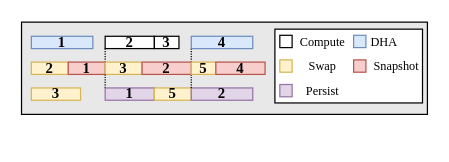
Above: fig/pipeline3.drawio in icszhr/NCheck (draw.io), before the change. Source tidied: cells renumbered, new cells numbered last; positions are measured from the earlier drawing's top-left corner, leaving out a move shared by most shapes. Both pictures are drawn from the tidied source at 123%, with x=0, y=0 at pixel (21, 21).
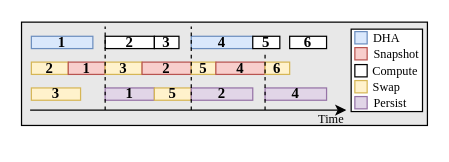
The same page after the edit.

The change refers to these unchanged cells:
```xml
<mxCell id="5" value="2" style="whiteSpace=wrap;fontSize=12;fontFamily=Times New Roman;fontStyle=1;" parent="1" vertex="1">
  <mxGeometry x="68" y="12" width="40" height="10" as="geometry" />
</mxCell>
<mxCell id="7" value="4" style="whiteSpace=wrap;fillColor=#dae8fc;fontSize=12;fontFamily=Times New Roman;fontStyle=1;strokeColor=#6c8ebf;" parent="1" vertex="1">
  <mxGeometry x="138" y="12" width="50" height="10" as="geometry" />
</mxCell>
<mxCell id="10" value="1" style="whiteSpace=wrap;fillColor=#f8cecc;fontSize=12;fontFamily=Times New Roman;fontStyle=1;strokeColor=#b85450;" parent="1" vertex="1">
  <mxGeometry x="38" y="33" width="30" height="10" as="geometry" />
</mxCell>
<mxCell id="19" value="3" style="whiteSpace=wrap;fillColor=#fff2cc;fontSize=12;fontFamily=Times New Roman;fontStyle=1;strokeColor=#d6b656;" parent="1" vertex="1">
  <mxGeometry x="68" y="33" width="30" height="10" as="geometry" />
</mxCell>
<mxCell id="21" value="1" style="whiteSpace=wrap;fillColor=#e1d5e7;fontSize=12;fontFamily=Times New Roman;fontStyle=1;strokeColor=#9673a6;" parent="1" vertex="1">
  <mxGeometry x="68" y="54" width="40" height="10" as="geometry" />
</mxCell>
<mxCell id="28" value="2" style="whiteSpace=wrap;fillColor=#e1d5e7;fontSize=12;fontFamily=Times New Roman;fontStyle=1;strokeColor=#9673a6;" parent="1" vertex="1">
  <mxGeometry x="138" y="54" width="50" height="10" as="geometry" />
</mxCell>
<mxCell id="30" value="5" style="whiteSpace=wrap;fillColor=#fff2cc;fontSize=12;fontFamily=Times New Roman;fontStyle=1;strokeColor=#d6b656;" parent="1" vertex="1">
  <mxGeometry x="138" y="33" width="20" height="10" as="geometry" />
</mxCell>
```

What changed in the source:
```diff
@@
     <mxCell id="2" style="rounded=0;whiteSpace=wrap;html=1;fontFamily=Times New Roman;fillColor=#E8E8E8;" parent="1" vertex="1">
-      <mxGeometry y="0.5" width="330" height="75" as="geometry" />
+      <mxGeometry y="0.5" width="330" height="84" as="geometry" />
     </mxCell>
     <mxCell id="3" style="rounded=0;whiteSpace=wrap;html=1;" parent="1" vertex="1">
-      <mxGeometry x="206" y="6.2" width="120" height="60" as="geometry" />
+      <mxGeometry x="268" y="6.2" width="58" height="67" as="geometry" />
     </mxCell>
@@
-    <mxCell id="6" style="edgeStyle=orthogonalEdgeStyle;rounded=0;jettySize=auto;exitX=0;exitY=1;exitDx=0;exitDy=0;entryX=0;entryY=0;entryDx=0;entryDy=0;dashed=1;endArrow=none;endFill=0;fontFamily=Times New Roman;dashPattern=1 1;fontSize=12;fontStyle=1;" parent="1" edge="1" source="7" target="30">
-      <mxGeometry relative="1" as="geometry" />
-    </mxCell>
@@
-    <mxCell id="9" style="edgeStyle=orthogonalEdgeStyle;rounded=0;jettySize=auto;exitX=1;exitY=0;exitDx=0;exitDy=0;entryX=0;entryY=1;entryDx=0;entryDy=0;endArrow=none;endFill=0;dashed=1;fontFamily=Times New Roman;dashPattern=1 1;fontSize=12;fontStyle=1;" parent="1" edge="1" source="10" target="5">
-      <mxGeometry relative="1" as="geometry" />
-    </mxCell>
@@
-    <mxCell id="11" style="whiteSpace=wrap;html=1;fontFamily=Times New Roman;" parent="1" vertex="1">
-      <mxGeometry x="210" y="11.2" width="10" height="10" as="geometry" />
-    </mxCell>
     <mxCell id="12" style="whiteSpace=wrap;html=1;fillColor=#f8cecc;fontFamily=Times New Roman;strokeColor=#b85450;" parent="1" vertex="1">
-      <mxGeometry x="270" y="31.2" width="10" height="10" as="geometry" />
+      <mxGeometry x="271" y="21.2" width="10" height="10" as="geometry" />
     </mxCell>
-    <mxCell id="13" style="whiteSpace=wrap;html=1;fillColor=#fff2cc;fontFamily=Times New Roman;strokeColor=#d6b656;" parent="1" vertex="1">
-      <mxGeometry x="210" y="31.2" width="10" height="10" as="geometry" />
-    </mxCell>
-    <mxCell id="14" style="whiteSpace=wrap;html=1;fillColor=#e1d5e7;fontFamily=Times New Roman;strokeColor=#9673a6;" parent="1" vertex="1">
-      <mxGeometry x="210" y="51.2" width="10" height="10" as="geometry" />
-    </mxCell>
-    <mxCell id="15" value="&lt;font style=&quot;font-size: 10px;&quot;&gt;Compute&lt;/font&gt;" style="text;html=1;align=center;verticalAlign=middle;whiteSpace=wrap;rounded=0;fontFamily=Times New Roman;" parent="1" vertex="1">
-      <mxGeometry x="220" y="11.2" width="50" height="10" as="geometry" />
-    </mxCell>
-    <mxCell id="16" value="&lt;font style=&quot;font-size: 10px;&quot;&gt;Swap&lt;/font&gt;" style="text;html=1;align=center;verticalAlign=middle;whiteSpace=wrap;rounded=0;fontFamily=Times New Roman;" parent="1" vertex="1">
-      <mxGeometry x="220" y="31.2" width="50" height="10" as="geometry" />
-    </mxCell>
     <mxCell id="17" value="&lt;span style=&quot;font-size: 10px;&quot;&gt;Snapshot&lt;/span&gt;" style="text;html=1;align=center;verticalAlign=middle;whiteSpace=wrap;rounded=0;fontFamily=Times New Roman;" parent="1" vertex="1">
-      <mxGeometry x="280" y="31.2" width="50" height="10" as="geometry" />
+      <mxGeometry x="285" y="21.2" width="40" height="10" as="geometry" />
     </mxCell>
-    <mxCell id="18" value="&lt;font style=&quot;font-size: 10px;&quot;&gt;Persist&lt;/font&gt;" style="text;html=1;align=center;verticalAlign=middle;whiteSpace=wrap;rounded=0;fontFamily=Times New Roman;" parent="1" vertex="1">
-      <mxGeometry x="220" y="51.2" width="50" height="10" as="geometry" />
-    </mxCell>
@@
-    <mxCell id="20" style="edgeStyle=orthogonalEdgeStyle;rounded=0;jettySize=auto;exitX=0;exitY=0;exitDx=0;exitDy=0;entryX=0;entryY=1;entryDx=0;entryDy=0;endArrow=none;endFill=0;dashed=1;fontFamily=Times New Roman;dashPattern=1 1;fontSize=12;fontStyle=1;" parent="1" edge="1" source="21" target="19">
-      <mxGeometry relative="1" as="geometry" />
-    </mxCell>
@@
     <mxCell id="24" style="whiteSpace=wrap;html=1;fillColor=#dae8fc;strokeColor=#6c8ebf;fontFamily=Times New Roman;" parent="1" vertex="1">
-      <mxGeometry x="270" y="11.2" width="10" height="10" as="geometry" />
+      <mxGeometry x="271" y="8.2" width="10" height="10" as="geometry" />
     </mxCell>
     <mxCell id="25" value="&lt;font style=&quot;font-size: 10px;&quot;&gt;DHA&lt;/font&gt;" style="text;html=1;align=center;verticalAlign=middle;whiteSpace=wrap;rounded=0;fontFamily=Times New Roman;" parent="1" vertex="1">
-      <mxGeometry x="280" y="11.2" width="30" height="10" as="geometry" />
+      <mxGeometry x="287" y="8.2" width="20" height="10" as="geometry" />
     </mxCell>
@@
-    <mxCell id="29" style="edgeStyle=orthogonalEdgeStyle;rounded=0;jettySize=auto;exitX=0;exitY=1;exitDx=0;exitDy=0;entryX=0;entryY=0;entryDx=0;entryDy=0;endArrow=none;endFill=0;dashed=1;fontFamily=Times New Roman;dashPattern=1 1;fontSize=12;fontStyle=1;" parent="1" edge="1" source="30" target="28">
-      <mxGeometry relative="1" as="geometry" />
-    </mxCell>
@@
+    <mxCell id="32" style="endArrow=classic;html=1;rounded=0;" parent="1" edge="1">
+      <mxGeometry relative="1" as="geometry">
+        <mxPoint x="7" y="72" as="sourcePoint" />
+        <mxPoint x="264" y="72" as="targetPoint" />
+      </mxGeometry>
+    </mxCell>
+    <mxCell id="33" value="&lt;p style=&quot;line-height: 100%;&quot;&gt;&lt;font style=&quot;font-size: 10px;&quot;&gt;Time&lt;/font&gt;&lt;/p&gt;" style="text;html=1;align=center;verticalAlign=middle;whiteSpace=wrap;rounded=0;fontFamily=Times New Roman;" parent="1" vertex="1">
+      <mxGeometry x="227" y="74.2" width="50" height="10" as="geometry" />
+    </mxCell>
+    <mxCell id="34" style="whiteSpace=wrap;html=1;fontFamily=Times New Roman;" parent="1" vertex="1">
+      <mxGeometry x="271" y="35" width="10" height="10" as="geometry" />
+    </mxCell>
+    <mxCell id="35" style="whiteSpace=wrap;html=1;fillColor=#fff2cc;fontFamily=Times New Roman;strokeColor=#d6b656;" parent="1" vertex="1">
+      <mxGeometry x="271" y="48" width="10" height="10" as="geometry" />
+    </mxCell>
+    <mxCell id="36" style="whiteSpace=wrap;html=1;fillColor=#e1d5e7;fontFamily=Times New Roman;strokeColor=#9673a6;" parent="1" vertex="1">
+      <mxGeometry x="271" y="61" width="10" height="10" as="geometry" />
+    </mxCell>
+    <mxCell id="15" value="&lt;font style=&quot;font-size: 10px;&quot;&gt;Compute&lt;/font&gt;" style="text;html=1;align=center;verticalAlign=middle;whiteSpace=wrap;rounded=0;fontFamily=Times New Roman;" parent="1" vertex="1">
+      <mxGeometry x="284" y="35" width="40" height="10" as="geometry" />
+    </mxCell>
+    <mxCell id="16" value="&lt;font style=&quot;font-size: 10px;&quot;&gt;Swap&lt;/font&gt;" style="text;html=1;align=center;verticalAlign=middle;whiteSpace=wrap;rounded=0;fontFamily=Times New Roman;" parent="1" vertex="1">
+      <mxGeometry x="287" y="48" width="20" height="10" as="geometry" />
+    </mxCell>
+    <mxCell id="18" value="&lt;font style=&quot;font-size: 10px;&quot;&gt;Persist&lt;/font&gt;" style="text;html=1;align=center;verticalAlign=middle;whiteSpace=wrap;rounded=0;fontFamily=Times New Roman;" parent="1" vertex="1">
+      <mxGeometry x="285" y="61" width="30" height="10" as="geometry" />
+    </mxCell>
+    <mxCell id="37" style="endArrow=none;html=1;rounded=0;dashed=1;" parent="1" edge="1">
+      <mxGeometry relative="1" as="geometry">
+        <mxPoint x="68" y="72" as="sourcePoint" />
+        <mxPoint x="68" y="4" as="targetPoint" />
+      </mxGeometry>
+    </mxCell>
+    <mxCell id="38" style="endArrow=none;html=1;rounded=0;dashed=1;" parent="1" edge="1">
+      <mxGeometry relative="1" as="geometry">
+        <mxPoint x="138" y="72" as="sourcePoint" />
+        <mxPoint x="138" y="4" as="targetPoint" />
+      </mxGeometry>
+    </mxCell>
+    <mxCell id="39" value="4" style="whiteSpace=wrap;fillColor=#e1d5e7;fontSize=12;fontFamily=Times New Roman;fontStyle=1;strokeColor=#9673a6;" parent="1" vertex="1">
+      <mxGeometry x="198" y="54" width="50" height="10" as="geometry" />
+    </mxCell>
+    <mxCell id="40" value="5" style="whiteSpace=wrap;fontSize=12;fontFamily=Times New Roman;fontStyle=1;" parent="1" vertex="1">
+      <mxGeometry x="188" y="12" width="22" height="10" as="geometry" />
+    </mxCell>
+    <mxCell id="41" value="6" style="whiteSpace=wrap;fillColor=#fff2cc;fontSize=12;fontFamily=Times New Roman;fontStyle=1;strokeColor=#d6b656;" parent="1" vertex="1">
+      <mxGeometry x="198" y="33" width="20" height="10" as="geometry" />
+    </mxCell>
+    <mxCell id="42" value="6" style="whiteSpace=wrap;fontSize=12;fontFamily=Times New Roman;fontStyle=1;" parent="1" vertex="1">
+      <mxGeometry x="218" y="12" width="30" height="10" as="geometry" />
+    </mxCell>
+    <mxCell id="43" style="endArrow=none;html=1;rounded=0;dashed=1;" parent="1" edge="1">
+      <mxGeometry relative="1" as="geometry">
+        <mxPoint x="198" y="72" as="sourcePoint" />
+        <mxPoint x="198" y="27" as="targetPoint" />
+      </mxGeometry>
+    </mxCell>
```
